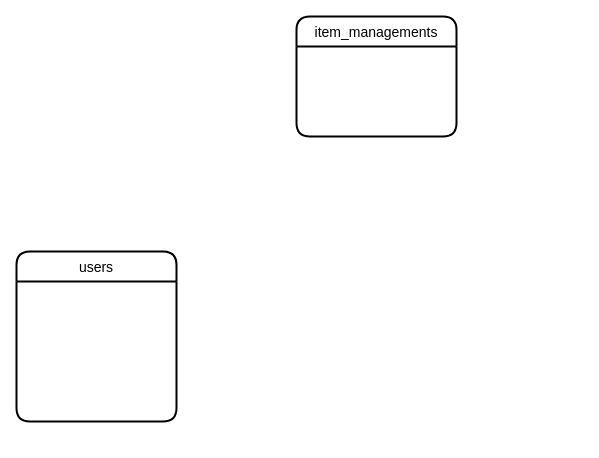
This is test.dio from hayakawanaotaka/furima-30951, a draw.io file, before an edit. Source tidied: cells renumbered, new cells numbered last; positions are measured from the earlier drawing's top-left corner, leaving out a move shared by most shapes. Both pictures are drawn from the tidied source at 100%, with x=0, y=0 at pixel (16, 16).
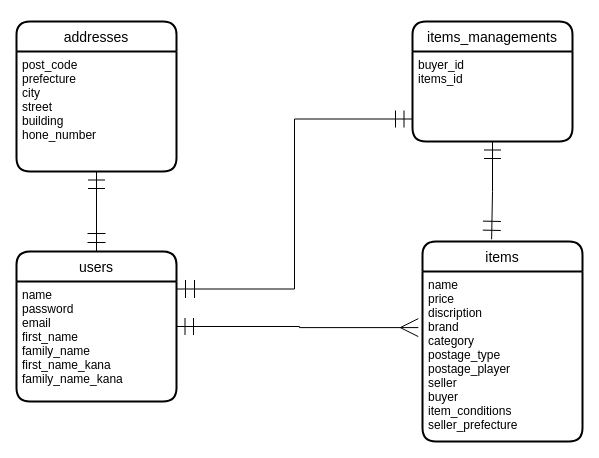
The same diagram, later.

Commit message (it also covers changes not shown here):
テーブル修正

The edit, as a diff of the source:
```diff
@@
 <mxGraphModel>
   <root>
     <mxCell id="0" />
     <mxCell id="1" parent="0" />
+    <mxCell id="3" style="edgeStyle=orthogonalEdgeStyle;rounded=0;orthogonalLoop=1;jettySize=auto;html=1;exitX=0.75;exitY=0;exitDx=0;exitDy=0;entryX=0.75;entryY=1;entryDx=0;entryDy=0;startArrow=ERmandOne;startFill=0;startSize=15;endArrow=ERmandOne;endFill=0;endSize=16;strokeWidth=1;" parent="1" edge="1">
+      <mxGeometry relative="1" as="geometry" />
+    </mxCell>
+    <mxCell id="6" style="edgeStyle=orthogonalEdgeStyle;rounded=0;orthogonalLoop=1;jettySize=auto;html=1;exitX=1;exitY=0.5;exitDx=0;exitDy=0;entryX=0;entryY=0.25;entryDx=0;entryDy=0;startArrow=ERmandOne;startFill=0;startSize=15;endArrow=ERmany;endFill=0;endSize=16;strokeWidth=1;" parent="1" edge="1">
+      <mxGeometry relative="1" as="geometry" />
+    </mxCell>
+    <mxCell id="7" style="edgeStyle=orthogonalEdgeStyle;rounded=0;jettySize=auto;html=1;exitX=1;exitY=0.5;exitDx=0;exitDy=0;entryX=-0.026;entryY=0.33;entryDx=0;entryDy=0;entryPerimeter=0;startArrow=ERmandOne;startFill=0;startSize=15;endArrow=ERmany;endFill=0;endSize=16;strokeWidth=1;" parent="1" edge="1" source="2" target="10">
+      <mxGeometry relative="1" as="geometry" />
+    </mxCell>
     <mxCell id="2" value="users" style="swimlane;horizontal=1;startSize=30;rounded=1;fontSize=14;fontStyle=0;strokeWidth=2;shadow=0;dashed=0;align=center;" parent="1" vertex="1">
-      <mxGeometry y="235" width="160" height="170" as="geometry" />
+      <mxGeometry y="235" width="160" height="150" as="geometry" />
     </mxCell>
-    <mxCell id="3" style="edgeStyle=orthogonalEdgeStyle;rounded=0;orthogonalLoop=1;jettySize=auto;html=1;exitX=0.75;exitY=0;exitDx=0;exitDy=0;entryX=0.75;entryY=1;entryDx=0;entryDy=0;startArrow=ERmandOne;startFill=0;startSize=15;endArrow=ERmandOne;endFill=0;endSize=16;strokeWidth=1;" parent="1" edge="1">
-      <mxGeometry relative="1" as="geometry" />
-    </mxCell>
-    <mxCell id="4" value="item_managements" style="swimlane;horizontal=1;startSize=30;rounded=1;fontSize=14;fontStyle=0;strokeWidth=2;shadow=0;dashed=0;align=center;" parent="1" vertex="1">
-      <mxGeometry x="280" width="160" height="120" as="geometry" />
-    </mxCell>
-    <mxCell id="5" style="edgeStyle=orthogonalEdgeStyle;rounded=0;jettySize=auto;html=1;exitX=0.25;exitY=1;exitDx=0;exitDy=0;entryX=0.813;entryY=-0.018;entryDx=0;entryDy=0;entryPerimeter=0;startArrow=ERmandOne;startFill=0;startSize=15;endArrow=ERmandOne;endFill=0;endSize=16;strokeWidth=1;" parent="1" edge="1" target="2">
-      <mxGeometry relative="1" as="geometry" />
-    </mxCell>
-    <mxCell id="6" style="edgeStyle=orthogonalEdgeStyle;rounded=0;orthogonalLoop=1;jettySize=auto;html=1;exitX=1;exitY=0.5;exitDx=0;exitDy=0;entryX=0;entryY=0.25;entryDx=0;entryDy=0;startArrow=ERmandOne;startFill=0;startSize=15;endArrow=ERmany;endFill=0;endSize=16;strokeWidth=1;" parent="1" edge="1">
-      <mxGeometry relative="1" as="geometry" />
-    </mxCell>
+    <mxCell id="8" value="name&#10;password&#10;email&#10;first_name&#10;family_name&#10;first_name_kana&#10;family_name_kana" style="align=left;strokeColor=none;fillColor=none;spacingLeft=4;fontSize=12;verticalAlign=top;" parent="2" vertex="1">
+      <mxGeometry y="30" width="160" height="120" as="geometry" />
+    </mxCell>
+    <mxCell id="9" value="items" style="swimlane;horizontal=1;startSize=30;rounded=1;fontSize=14;fontStyle=0;strokeWidth=2;shadow=0;dashed=0;align=center;" parent="1" vertex="1">
+      <mxGeometry x="406" y="225" width="160" height="200" as="geometry" />
+    </mxCell>
+    <mxCell id="10" value="name&#10;price&#10;discription&#10;brand&#10;category&#10;postage_type&#10;postage_player&#10;seller&#10;buyer&#10;item_conditions&#10;seller_prefecture" style="align=left;strokeColor=none;fillColor=none;spacingLeft=4;fontSize=12;verticalAlign=top;" parent="9" vertex="1">
+      <mxGeometry y="30" width="160" height="170" as="geometry" />
+    </mxCell>
+    <mxCell id="11" value="addresses" style="swimlane;horizontal=1;startSize=30;rounded=1;fontSize=14;fontStyle=0;strokeWidth=2;shadow=0;dashed=0;align=center;" parent="1" vertex="1">
+      <mxGeometry y="5" width="160" height="150" as="geometry" />
+    </mxCell>
+    <mxCell id="12" value="post_code&#10;prefecture&#10;city&#10;street&#10;building&#10;hone_number" style="align=left;strokeColor=none;fillColor=none;spacingLeft=4;fontSize=12;verticalAlign=top;" parent="11" vertex="1">
+      <mxGeometry y="30" width="160" height="120" as="geometry" />
+    </mxCell>
+    <mxCell id="13" value="items_managements" style="swimlane;horizontal=1;startSize=30;rounded=1;fontSize=14;fontStyle=0;strokeWidth=2;shadow=0;dashed=0;align=center;" parent="1" vertex="1">
+      <mxGeometry x="396" y="5" width="160" height="120" as="geometry" />
+    </mxCell>
+    <mxCell id="14" value="buyer_id&#10;items_id" style="align=left;strokeColor=none;fillColor=none;spacingLeft=4;fontSize=12;verticalAlign=top;" parent="13" vertex="1">
+      <mxGeometry y="30" width="160" height="90" as="geometry" />
+    </mxCell>
+    <mxCell id="15" style="edgeStyle=orthogonalEdgeStyle;rounded=0;jettySize=auto;html=1;exitX=0.5;exitY=1;exitDx=0;exitDy=0;entryX=0.5;entryY=0;entryDx=0;entryDy=0;startArrow=ERmandOne;startFill=0;startSize=15;endArrow=ERmandOne;endFill=0;endSize=16;strokeWidth=1;" parent="1" edge="1" source="12" target="2">
+      <mxGeometry relative="1" as="geometry" />
+    </mxCell>
+    <mxCell id="16" style="edgeStyle=orthogonalEdgeStyle;rounded=0;jettySize=auto;html=1;exitX=0.5;exitY=1;exitDx=0;exitDy=0;entryX=0.432;entryY=-0.011;entryDx=0;entryDy=0;entryPerimeter=0;startArrow=ERmandOne;startFill=0;startSize=15;endArrow=ERmandOne;endFill=0;endSize=16;strokeWidth=1;" parent="1" edge="1" source="14" target="9">
+      <mxGeometry relative="1" as="geometry" />
+    </mxCell>
+    <mxCell id="17" style="edgeStyle=orthogonalEdgeStyle;rounded=0;jettySize=auto;html=1;exitX=0;exitY=0.75;exitDx=0;exitDy=0;entryX=1;entryY=0.25;entryDx=0;entryDy=0;startArrow=ERmandOne;startFill=0;startSize=15;endArrow=ERmandOne;endFill=0;endSize=16;strokeWidth=1;" parent="1" edge="1" source="14" target="2">
+      <mxGeometry relative="1" as="geometry" />
+    </mxCell>
   </root>
 </mxGraphModel>
```
